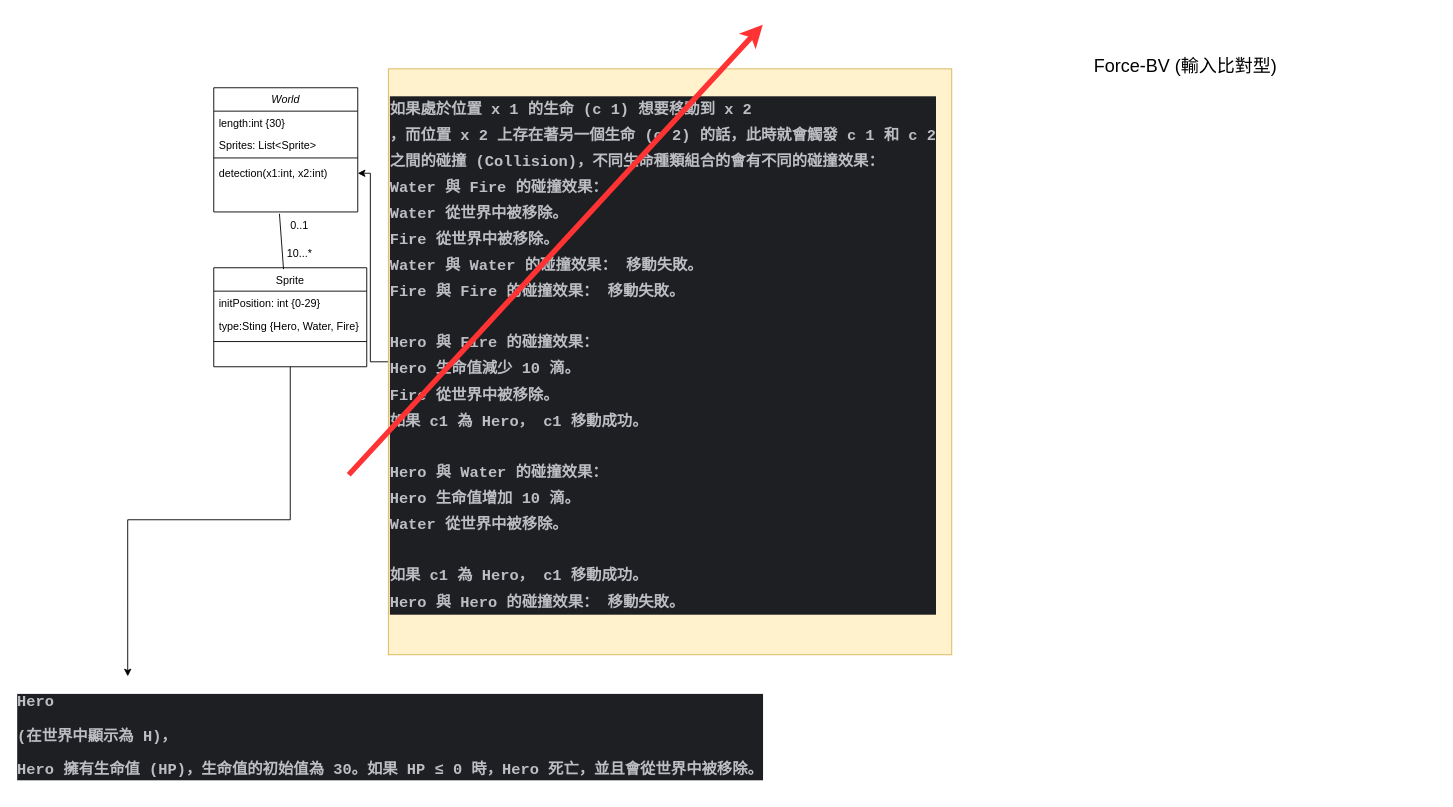
Before: 未命名绘图.drawio in chi252525/UML, a draw.io diagram. Source tidied: cells renumbered, new cells numbered last; positions are measured from the earlier drawing's top-left corner, leaving out a move shared by most shapes. Both pictures are drawn from the tidied source at 90%, with x=0, y=0 at pixel (15, 24).
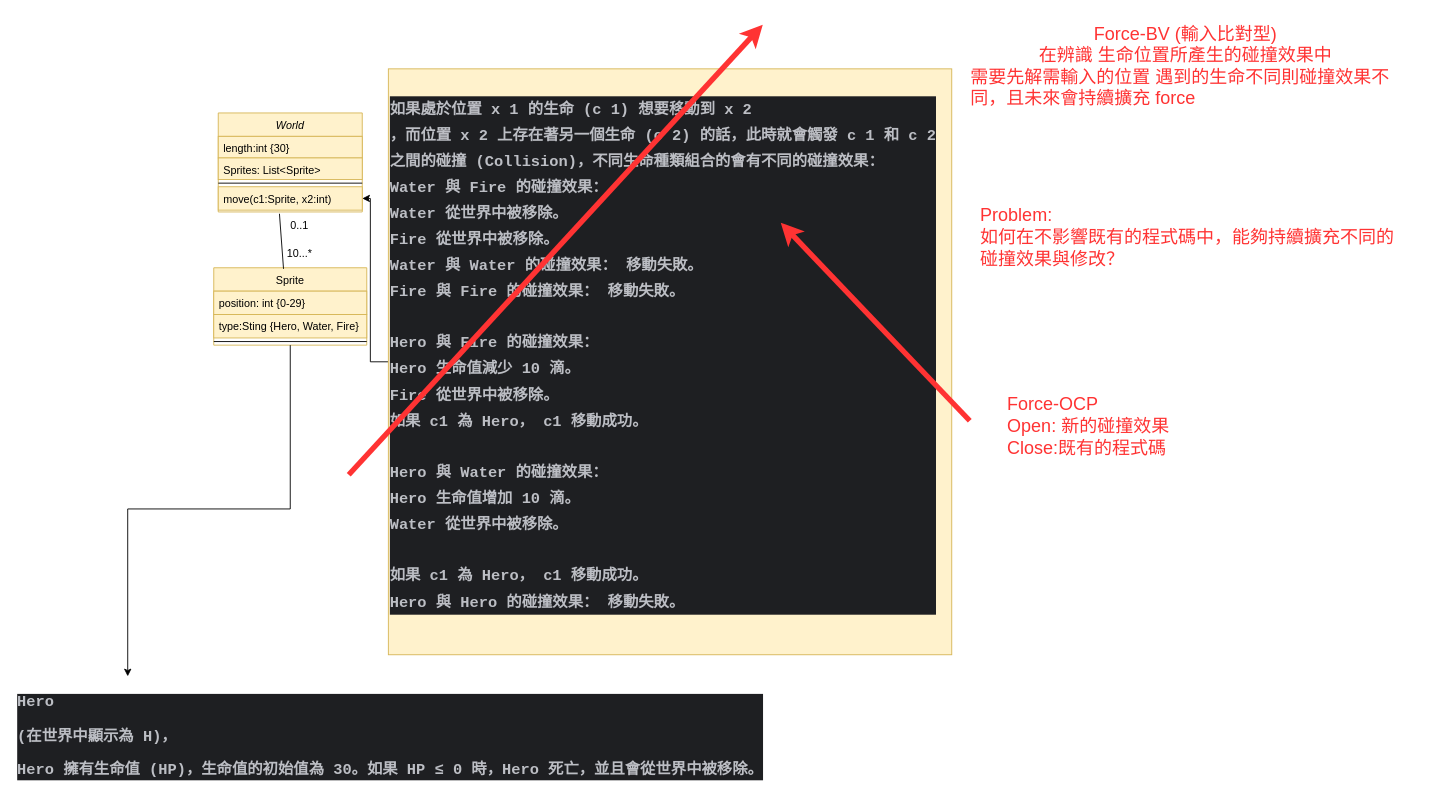
After the change.

Commit message:
更新未命名绘图.drawio

Diff of the diagram source:
```diff
@@
-    <mxCell id="2" value="World" style="swimlane;fontStyle=2;align=center;verticalAlign=top;horizontal=1;startSize=26;rounded=0;shadow=0;strokeWidth=1;" parent="1" vertex="1">
-      <mxGeometry x="220" y="70" width="160" height="138" as="geometry" />
+    <mxCell id="2" value="World" style="swimlane;fontStyle=2;align=center;verticalAlign=top;horizontal=1;startSize=26;rounded=0;shadow=0;strokeWidth=1;fillColor=#fff2cc;strokeColor=#d6b656;" parent="1" vertex="1">
+      <mxGeometry x="225" y="98" width="160" height="110" as="geometry" />
     </mxCell>
-    <mxCell id="3" value="length:int {30}" style="text;align=left;verticalAlign=top;spacingLeft=4;spacingRight=4;overflow=hidden;" parent="2" vertex="1">
+    <mxCell id="3" value="length:int {30}" style="text;align=left;verticalAlign=top;spacingLeft=4;spacingRight=4;overflow=hidden;fillColor=#fff2cc;strokeColor=#d6b656;" parent="2" vertex="1">
       <mxGeometry y="26" width="160" height="24" as="geometry" />
     </mxCell>
-    <mxCell id="4" value="Sprites: List&lt;Sprite&gt;" style="text;align=left;verticalAlign=top;spacingLeft=4;spacingRight=4;overflow=hidden;" parent="2" vertex="1">
+    <mxCell id="4" value="Sprites: List&lt;Sprite&gt;" style="text;align=left;verticalAlign=top;spacingLeft=4;spacingRight=4;overflow=hidden;fillColor=#fff2cc;strokeColor=#d6b656;" parent="2" vertex="1">
       <mxGeometry y="50" width="160" height="24" as="geometry" />
     </mxCell>
@@
-    <mxCell id="6" value="detection(x1:int, x2:int)" style="text;align=left;verticalAlign=top;spacingLeft=4;spacingRight=4;overflow=hidden;points=[[0,0.5],[1,0.5]];portConstraint=eastwest;" parent="2" vertex="1">
+    <mxCell id="6" value="move(c1:Sprite, x2:int)" style="text;align=left;verticalAlign=top;spacingLeft=4;spacingRight=4;overflow=hidden;points=[[0,0.5],[1,0.5]];portConstraint=eastwest;fillColor=#fff2cc;strokeColor=#d6b656;" parent="2" vertex="1">
       <mxGeometry y="82" width="160" height="26" as="geometry" />
     </mxCell>
-    <mxCell id="7" value="Sprite" style="swimlane;fontStyle=0;align=center;verticalAlign=top;horizontal=1;startSize=26;rounded=0;shadow=0;strokeWidth=1;" parent="1" vertex="1">
-      <mxGeometry x="220" y="270" width="170" height="110" as="geometry" />
+    <mxCell id="7" value="Sprite" style="swimlane;fontStyle=0;align=center;verticalAlign=top;horizontal=1;startSize=26;rounded=0;shadow=0;strokeWidth=1;fillColor=#fff2cc;strokeColor=#d6b656;" parent="1" vertex="1">
+      <mxGeometry x="220" y="270" width="170" height="86" as="geometry" />
     </mxCell>
-    <mxCell id="8" value="initPosition: int {0-29}" style="text;align=left;verticalAlign=top;spacingLeft=4;spacingRight=4;overflow=hidden;" parent="7" vertex="1">
+    <mxCell id="8" value="position: int {0-29}" style="text;align=left;verticalAlign=top;spacingLeft=4;spacingRight=4;overflow=hidden;fillColor=#fff2cc;strokeColor=#d6b656;" parent="7" vertex="1">
       <mxGeometry y="26" width="170" height="26" as="geometry" />
     </mxCell>
-    <mxCell id="9" value="type:Sting {Hero, Water, Fire}" style="text;align=left;verticalAlign=top;spacingLeft=4;spacingRight=4;overflow=hidden;rounded=0;shadow=0;html=0;" parent="7" vertex="1">
+    <mxCell id="9" value="type:Sting {Hero, Water, Fire}" style="text;align=left;verticalAlign=top;spacingLeft=4;spacingRight=4;overflow=hidden;rounded=0;shadow=0;html=0;fillColor=#fff2cc;strokeColor=#d6b656;" parent="7" vertex="1">
       <mxGeometry y="52" width="170" height="26" as="geometry" />
     </mxCell>
@@
-    <mxCell id="19" value="Force-BV (輸入比對型)" style="text;html=1;align=center;verticalAlign=middle;whiteSpace=wrap;rounded=0;fontSize=20;" parent="1" vertex="1">
+    <mxCell id="19" value="Force-BV (輸入比對型)&lt;div&gt;在辨識 生命位置所產生的碰撞效果中&lt;/div&gt;&lt;div style=&quot;text-align: left;&quot;&gt;需要先解需輸入的位置 遇到的生命不同則碰撞效果不同，且未來會持續擴充 force&lt;/div&gt;" style="text;html=1;align=center;verticalAlign=middle;whiteSpace=wrap;rounded=0;fontSize=20;fontColor=#FF3333;" parent="1" vertex="1">
       <mxGeometry x="1060" y="30" width="480" height="30" as="geometry" />
     </mxCell>
+    <mxCell id="20" style="endArrow=classic;html=1;rounded=0;fontColor=#FF3333;labelBackgroundColor=#FF3333;labelBorderColor=#FF3333;fontStyle=1;fontSize=15;strokeColor=#FF3333;strokeWidth=6;" parent="1" edge="1">
+      <mxGeometry relative="1" as="geometry">
+        <mxPoint x="1060" y="440" as="sourcePoint" />
+        <mxPoint x="850" y="220" as="targetPoint" />
+      </mxGeometry>
+    </mxCell>
+    <mxCell id="21" value="Force-OCP&lt;div&gt;Open: 新的碰撞效果&lt;/div&gt;&lt;div&gt;Close:既有的程式碼&lt;/div&gt;" style="text;html=1;align=left;verticalAlign=middle;whiteSpace=wrap;rounded=0;fontSize=20;fontColor=#FF3333;" parent="1" vertex="1">
+      <mxGeometry x="1100" y="430" width="480" height="30" as="geometry" />
+    </mxCell>
+    <mxCell id="22" value="Problem:&lt;div&gt;如何在不影響既有的程式碼中，能夠持續擴充不同的碰撞效果與修改？&lt;/div&gt;" style="text;html=1;align=left;verticalAlign=middle;whiteSpace=wrap;rounded=0;fontSize=20;fontColor=#FF3333;" parent="1" vertex="1">
+      <mxGeometry x="1070" y="220" width="480" height="30" as="geometry" />
+    </mxCell>
```
